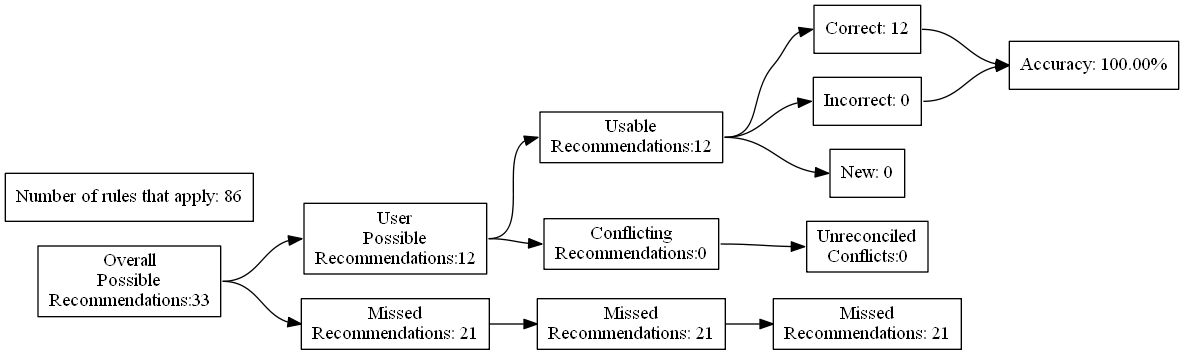
ZaxR/ibd_diet_analysis keeps this Graphviz diagram as test_renders/45.gv.png. Above is the earlier version. Its source is kept beside it as test_renders/45.gv.
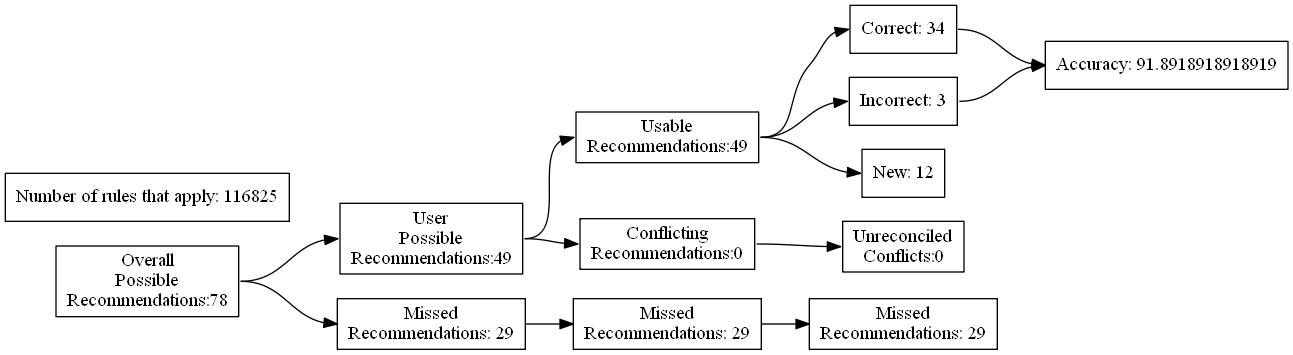
Above is the later version.

The edit, as a diff of the source:
```diff
@@ -4,27 +4,27 @@
 	edge [headport=w tailport=e]
 		A [label="Overall
 Possible
-Recommendations:33"]
+Recommendations:78"]
 		B [label="User
 Possible
-Recommendations:12"]
+Recommendations:49"]
 		C [label="Missed
-Recommendations: 21"]
+Recommendations: 29"]
 		D [label="Usable
-Recommendations:12"]
+Recommendations:49"]
 		E [label="Conflicting
 Recommendations:0"]
 		J [label="Missed
-Recommendations: 21"]
+Recommendations: 29"]
 		M [label="Unreconciled
 Conflicts:0"]
-		F [label="Correct: 12"]
-		G [label="Incorrect: 0"]
-		H [label="New: 0"]
+		F [label="Correct: 34"]
+		G [label="Incorrect: 3"]
+		H [label="New: 12"]
 		K [label="Missed
-Recommendations: 21"]
-		I [label="Accuracy: 100.00%"]
-		l [label="Number of rules that apply: 86"]
+Recommendations: 29"]
+		I [label="Accuracy: 91.8918918918919"]
+		l [label="Number of rules that apply: 116825"]
 			A -> B
 			A -> C
 			B -> D
```
